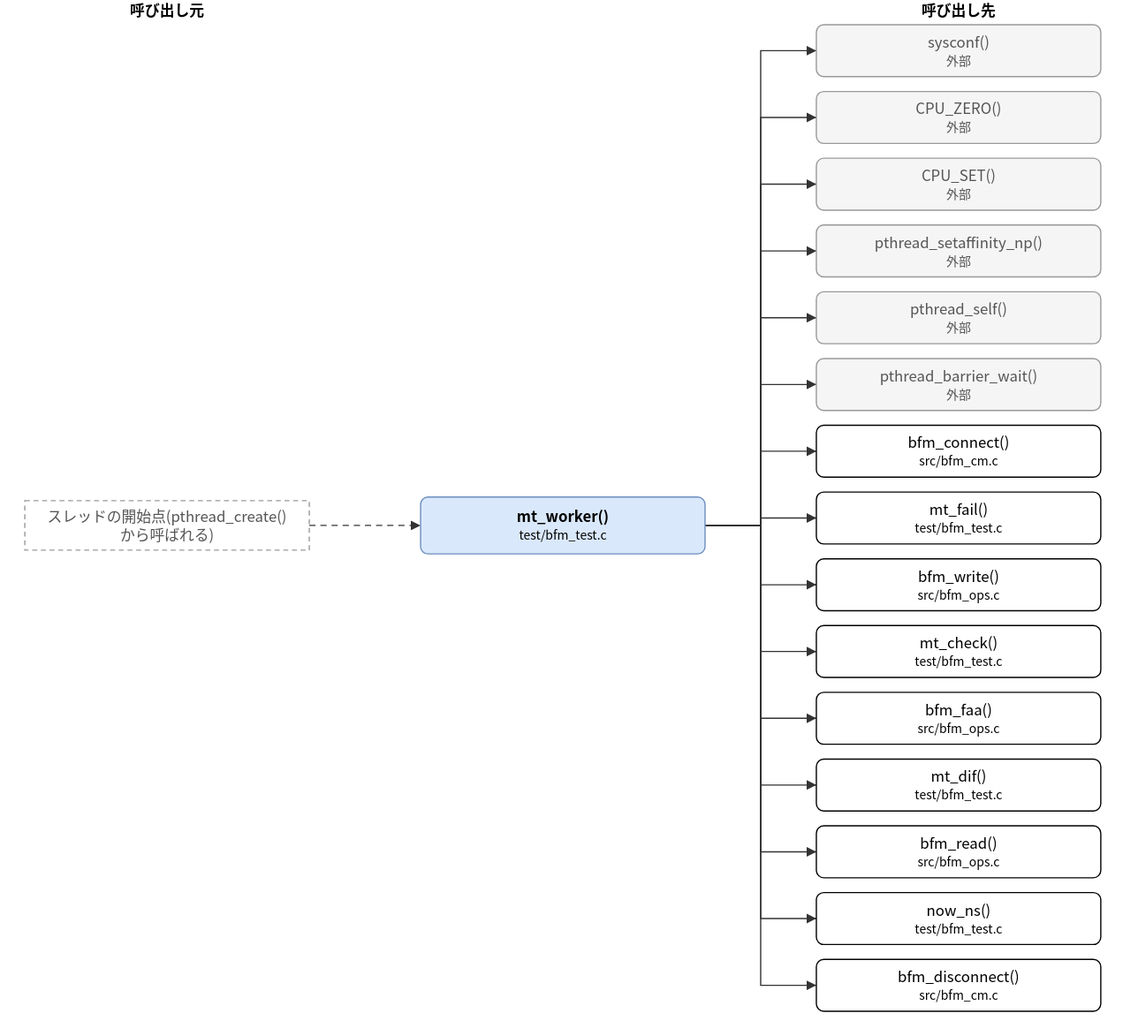
hf355051012-ai/bfmem keeps this draw.io diagram as doc/spec/images/call_test_bfm_test-mt_worker.drawio.svg. Above is the earlier version. Source tidied: cells renumbered, new cells last; positions are measured from the earlier drawing's top-left corner, leaving out a move shared by most shapes. Source of this version:
```xml
<mxGraphModel>
  <root>
    <mxCell id="0" />
    <mxCell id="1" parent="0" />
    <mxCell id="2" value="mt_worker()&lt;br&gt;&lt;font style=&quot;font-size:10px&quot;&gt;test/bfm_test.c&lt;/font&gt;" style="rounded=1;whiteSpace=wrap;html=1;fillColor=#dae8fc;strokeColor=#6c8ebf;fontStyle=1;" parent="1" vertex="1">
      <mxGeometry x="320" y="402" width="230" height="46" as="geometry" />
    </mxCell>
    <mxCell id="3" value="sysconf()&lt;br&gt;&lt;font style=&quot;font-size:10px&quot;&gt;外部&lt;/font&gt;" style="rounded=1;whiteSpace=wrap;html=1;fillColor=#f5f5f5;strokeColor=#999999;fontColor=#555555;" parent="1" vertex="1">
      <mxGeometry x="640" y="20" width="230" height="42" as="geometry" />
    </mxCell>
    <mxCell id="4" value="CPU_ZERO()&lt;br&gt;&lt;font style=&quot;font-size:10px&quot;&gt;外部&lt;/font&gt;" style="rounded=1;whiteSpace=wrap;html=1;fillColor=#f5f5f5;strokeColor=#999999;fontColor=#555555;" parent="1" vertex="1">
      <mxGeometry x="640" y="74" width="230" height="42" as="geometry" />
    </mxCell>
    <mxCell id="5" value="CPU_SET()&lt;br&gt;&lt;font style=&quot;font-size:10px&quot;&gt;外部&lt;/font&gt;" style="rounded=1;whiteSpace=wrap;html=1;fillColor=#f5f5f5;strokeColor=#999999;fontColor=#555555;" parent="1" vertex="1">
      <mxGeometry x="640" y="128" width="230" height="42" as="geometry" />
    </mxCell>
    <mxCell id="6" value="pthread_setaffinity_np()&lt;br&gt;&lt;font style=&quot;font-size:10px&quot;&gt;外部&lt;/font&gt;" style="rounded=1;whiteSpace=wrap;html=1;fillColor=#f5f5f5;strokeColor=#999999;fontColor=#555555;" parent="1" vertex="1">
      <mxGeometry x="640" y="182" width="230" height="42" as="geometry" />
    </mxCell>
    <mxCell id="7" value="pthread_self()&lt;br&gt;&lt;font style=&quot;font-size:10px&quot;&gt;外部&lt;/font&gt;" style="rounded=1;whiteSpace=wrap;html=1;fillColor=#f5f5f5;strokeColor=#999999;fontColor=#555555;" parent="1" vertex="1">
      <mxGeometry x="640" y="236" width="230" height="42" as="geometry" />
    </mxCell>
    <mxCell id="8" value="pthread_barrier_wait()&lt;br&gt;&lt;font style=&quot;font-size:10px&quot;&gt;外部&lt;/font&gt;" style="rounded=1;whiteSpace=wrap;html=1;fillColor=#f5f5f5;strokeColor=#999999;fontColor=#555555;" parent="1" vertex="1">
      <mxGeometry x="640" y="290" width="230" height="42" as="geometry" />
    </mxCell>
    <mxCell id="9" value="bfm_connect()&lt;br&gt;&lt;font style=&quot;font-size:10px&quot;&gt;src/bfm_cm.c&lt;/font&gt;" style="rounded=1;whiteSpace=wrap;html=1;" parent="1" vertex="1">
      <mxGeometry x="640" y="344" width="230" height="42" as="geometry" />
    </mxCell>
    <mxCell id="10" value="mt_fail()&lt;br&gt;&lt;font style=&quot;font-size:10px&quot;&gt;test/bfm_test.c&lt;/font&gt;" style="rounded=1;whiteSpace=wrap;html=1;" parent="1" vertex="1">
      <mxGeometry x="640" y="398" width="230" height="42" as="geometry" />
    </mxCell>
    <mxCell id="11" value="bfm_write()&lt;br&gt;&lt;font style=&quot;font-size:10px&quot;&gt;src/bfm_ops.c&lt;/font&gt;" style="rounded=1;whiteSpace=wrap;html=1;" parent="1" vertex="1">
      <mxGeometry x="640" y="452" width="230" height="42" as="geometry" />
    </mxCell>
    <mxCell id="12" value="mt_check()&lt;br&gt;&lt;font style=&quot;font-size:10px&quot;&gt;test/bfm_test.c&lt;/font&gt;" style="rounded=1;whiteSpace=wrap;html=1;" parent="1" vertex="1">
      <mxGeometry x="640" y="506" width="230" height="42" as="geometry" />
    </mxCell>
    <mxCell id="13" value="bfm_faa()&lt;br&gt;&lt;font style=&quot;font-size:10px&quot;&gt;src/bfm_ops.c&lt;/font&gt;" style="rounded=1;whiteSpace=wrap;html=1;" parent="1" vertex="1">
      <mxGeometry x="640" y="560" width="230" height="42" as="geometry" />
    </mxCell>
    <mxCell id="14" value="mt_dif()&lt;br&gt;&lt;font style=&quot;font-size:10px&quot;&gt;test/bfm_test.c&lt;/font&gt;" style="rounded=1;whiteSpace=wrap;html=1;" parent="1" vertex="1">
      <mxGeometry x="640" y="614" width="230" height="42" as="geometry" />
    </mxCell>
    <mxCell id="15" value="bfm_read()&lt;br&gt;&lt;font style=&quot;font-size:10px&quot;&gt;src/bfm_ops.c&lt;/font&gt;" style="rounded=1;whiteSpace=wrap;html=1;" parent="1" vertex="1">
      <mxGeometry x="640" y="668" width="230" height="42" as="geometry" />
    </mxCell>
    <mxCell id="16" value="now_ns()&lt;br&gt;&lt;font style=&quot;font-size:10px&quot;&gt;test/bfm_test.c&lt;/font&gt;" style="rounded=1;whiteSpace=wrap;html=1;" parent="1" vertex="1">
      <mxGeometry x="640" y="722" width="230" height="42" as="geometry" />
    </mxCell>
    <mxCell id="17" value="bfm_disconnect()&lt;br&gt;&lt;font style=&quot;font-size:10px&quot;&gt;src/bfm_cm.c&lt;/font&gt;" style="rounded=1;whiteSpace=wrap;html=1;" parent="1" vertex="1">
      <mxGeometry x="640" y="776" width="230" height="42" as="geometry" />
    </mxCell>
    <mxCell id="18" value="スレッドの開始点(pthread_create()&lt;br&gt;から呼ばれる)" style="rounded=0;whiteSpace=wrap;html=1;dashed=1;strokeColor=#999999;fontColor=#555555;dashed=1;" parent="1" vertex="1">
      <mxGeometry y="405" width="230" height="40" as="geometry" />
    </mxCell>
    <mxCell id="19" style="edgeStyle=none;html=1;rounded=0;endArrow=block;endFill=1;exitX=1.0000;exitY=0.5000;exitDx=0;exitDy=0;exitPerimeter=0;entryX=0.0000;entryY=0.5000;entryDx=0;entryDy=0;entryPerimeter=0;" parent="1" edge="1" source="2" target="3">
      <mxGeometry relative="1" as="geometry">
        <Array as="points">
          <mxPoint x="595" y="425" />
          <mxPoint x="595" y="41" />
        </Array>
      </mxGeometry>
    </mxCell>
    <mxCell id="20" style="edgeStyle=none;html=1;rounded=0;endArrow=block;endFill=1;exitX=1.0000;exitY=0.5000;exitDx=0;exitDy=0;exitPerimeter=0;entryX=0.0000;entryY=0.5000;entryDx=0;entryDy=0;entryPerimeter=0;" parent="1" edge="1" source="2" target="4">
      <mxGeometry relative="1" as="geometry">
        <Array as="points">
          <mxPoint x="595" y="425" />
          <mxPoint x="595" y="95" />
        </Array>
      </mxGeometry>
    </mxCell>
    <mxCell id="21" style="edgeStyle=none;html=1;rounded=0;endArrow=block;endFill=1;exitX=1.0000;exitY=0.5000;exitDx=0;exitDy=0;exitPerimeter=0;entryX=0.0000;entryY=0.5000;entryDx=0;entryDy=0;entryPerimeter=0;" parent="1" edge="1" source="2" target="5">
      <mxGeometry relative="1" as="geometry">
        <Array as="points">
          <mxPoint x="595" y="425" />
          <mxPoint x="595" y="149" />
        </Array>
      </mxGeometry>
    </mxCell>
    <mxCell id="22" style="edgeStyle=none;html=1;rounded=0;endArrow=block;endFill=1;exitX=1.0000;exitY=0.5000;exitDx=0;exitDy=0;exitPerimeter=0;entryX=0.0000;entryY=0.5000;entryDx=0;entryDy=0;entryPerimeter=0;" parent="1" edge="1" source="2" target="6">
      <mxGeometry relative="1" as="geometry">
        <Array as="points">
          <mxPoint x="595" y="425" />
          <mxPoint x="595" y="203" />
        </Array>
      </mxGeometry>
    </mxCell>
    <mxCell id="23" style="edgeStyle=none;html=1;rounded=0;endArrow=block;endFill=1;exitX=1.0000;exitY=0.5000;exitDx=0;exitDy=0;exitPerimeter=0;entryX=0.0000;entryY=0.5000;entryDx=0;entryDy=0;entryPerimeter=0;" parent="1" edge="1" source="2" target="7">
      <mxGeometry relative="1" as="geometry">
        <Array as="points">
          <mxPoint x="595" y="425" />
          <mxPoint x="595" y="257" />
        </Array>
      </mxGeometry>
    </mxCell>
    <mxCell id="24" style="edgeStyle=none;html=1;rounded=0;endArrow=block;endFill=1;exitX=1.0000;exitY=0.5000;exitDx=0;exitDy=0;exitPerimeter=0;entryX=0.0000;entryY=0.5000;entryDx=0;entryDy=0;entryPerimeter=0;" parent="1" edge="1" source="2" target="8">
      <mxGeometry relative="1" as="geometry">
        <Array as="points">
          <mxPoint x="595" y="425" />
          <mxPoint x="595" y="311" />
        </Array>
      </mxGeometry>
    </mxCell>
    <mxCell id="25" style="edgeStyle=none;html=1;rounded=0;endArrow=block;endFill=1;exitX=1.0000;exitY=0.5000;exitDx=0;exitDy=0;exitPerimeter=0;entryX=0.0000;entryY=0.5000;entryDx=0;entryDy=0;entryPerimeter=0;" parent="1" edge="1" source="2" target="9">
      <mxGeometry relative="1" as="geometry">
        <Array as="points">
          <mxPoint x="595" y="425" />
          <mxPoint x="595" y="365" />
        </Array>
      </mxGeometry>
    </mxCell>
    <mxCell id="26" style="edgeStyle=none;html=1;rounded=0;endArrow=block;endFill=1;exitX=1.0000;exitY=0.5000;exitDx=0;exitDy=0;exitPerimeter=0;entryX=0.0000;entryY=0.5000;entryDx=0;entryDy=0;entryPerimeter=0;" parent="1" edge="1" source="2" target="10">
      <mxGeometry relative="1" as="geometry">
        <Array as="points">
          <mxPoint x="595" y="425" />
          <mxPoint x="595" y="419" />
        </Array>
      </mxGeometry>
    </mxCell>
    <mxCell id="27" style="edgeStyle=none;html=1;rounded=0;endArrow=block;endFill=1;exitX=1.0000;exitY=0.5000;exitDx=0;exitDy=0;exitPerimeter=0;entryX=0.0000;entryY=0.5000;entryDx=0;entryDy=0;entryPerimeter=0;" parent="1" edge="1" source="2" target="11">
      <mxGeometry relative="1" as="geometry">
        <Array as="points">
          <mxPoint x="595" y="425" />
          <mxPoint x="595" y="473" />
        </Array>
      </mxGeometry>
    </mxCell>
    <mxCell id="28" style="edgeStyle=none;html=1;rounded=0;endArrow=block;endFill=1;exitX=1.0000;exitY=0.5000;exitDx=0;exitDy=0;exitPerimeter=0;entryX=0.0000;entryY=0.5000;entryDx=0;entryDy=0;entryPerimeter=0;" parent="1" edge="1" source="2" target="12">
      <mxGeometry relative="1" as="geometry">
        <Array as="points">
          <mxPoint x="595" y="425" />
          <mxPoint x="595" y="527" />
        </Array>
      </mxGeometry>
    </mxCell>
    <mxCell id="29" style="edgeStyle=none;html=1;rounded=0;endArrow=block;endFill=1;exitX=1.0000;exitY=0.5000;exitDx=0;exitDy=0;exitPerimeter=0;entryX=0.0000;entryY=0.5000;entryDx=0;entryDy=0;entryPerimeter=0;" parent="1" edge="1" source="2" target="13">
      <mxGeometry relative="1" as="geometry">
        <Array as="points">
          <mxPoint x="595" y="425" />
          <mxPoint x="595" y="581" />
        </Array>
      </mxGeometry>
    </mxCell>
    <mxCell id="30" style="edgeStyle=none;html=1;rounded=0;endArrow=block;endFill=1;exitX=1.0000;exitY=0.5000;exitDx=0;exitDy=0;exitPerimeter=0;entryX=0.0000;entryY=0.5000;entryDx=0;entryDy=0;entryPerimeter=0;" parent="1" edge="1" source="2" target="14">
      <mxGeometry relative="1" as="geometry">
        <Array as="points">
          <mxPoint x="595" y="425" />
          <mxPoint x="595" y="635" />
        </Array>
      </mxGeometry>
    </mxCell>
    <mxCell id="31" style="edgeStyle=none;html=1;rounded=0;endArrow=block;endFill=1;exitX=1.0000;exitY=0.5000;exitDx=0;exitDy=0;exitPerimeter=0;entryX=0.0000;entryY=0.5000;entryDx=0;entryDy=0;entryPerimeter=0;" parent="1" edge="1" source="2" target="15">
      <mxGeometry relative="1" as="geometry">
        <Array as="points">
          <mxPoint x="595" y="425" />
          <mxPoint x="595" y="689" />
        </Array>
      </mxGeometry>
    </mxCell>
    <mxCell id="32" style="edgeStyle=none;html=1;rounded=0;endArrow=block;endFill=1;exitX=1.0000;exitY=0.5000;exitDx=0;exitDy=0;exitPerimeter=0;entryX=0.0000;entryY=0.5000;entryDx=0;entryDy=0;entryPerimeter=0;" parent="1" edge="1" source="2" target="16">
      <mxGeometry relative="1" as="geometry">
        <Array as="points">
          <mxPoint x="595" y="425" />
          <mxPoint x="595" y="743" />
        </Array>
      </mxGeometry>
    </mxCell>
    <mxCell id="33" style="edgeStyle=none;html=1;rounded=0;endArrow=block;endFill=1;exitX=1.0000;exitY=0.5000;exitDx=0;exitDy=0;exitPerimeter=0;entryX=0.0000;entryY=0.5000;entryDx=0;entryDy=0;entryPerimeter=0;" parent="1" edge="1" source="2" target="17">
      <mxGeometry relative="1" as="geometry">
        <Array as="points">
          <mxPoint x="595" y="425" />
          <mxPoint x="595" y="797" />
        </Array>
      </mxGeometry>
    </mxCell>
    <mxCell id="34" style="edgeStyle=none;html=1;rounded=0;endArrow=block;endFill=1;exitX=1.0000;exitY=0.5000;exitDx=0;exitDy=0;exitPerimeter=0;entryX=0.0000;entryY=0.5000;entryDx=0;entryDy=0;entryPerimeter=0;dashed=1;" parent="1" edge="1" source="18" target="2">
      <mxGeometry relative="1" as="geometry" />
    </mxCell>
    <mxCell id="35" value="呼び出し元" style="text;html=1;align=center;fontStyle=1;" parent="1" vertex="1">
      <mxGeometry x="35" width="160" height="18" as="geometry" />
    </mxCell>
    <mxCell id="36" value="呼び出し先" style="text;html=1;align=center;fontStyle=1;" parent="1" vertex="1">
      <mxGeometry x="675" width="160" height="18" as="geometry" />
    </mxCell>
  </root>
</mxGraphModel>
```
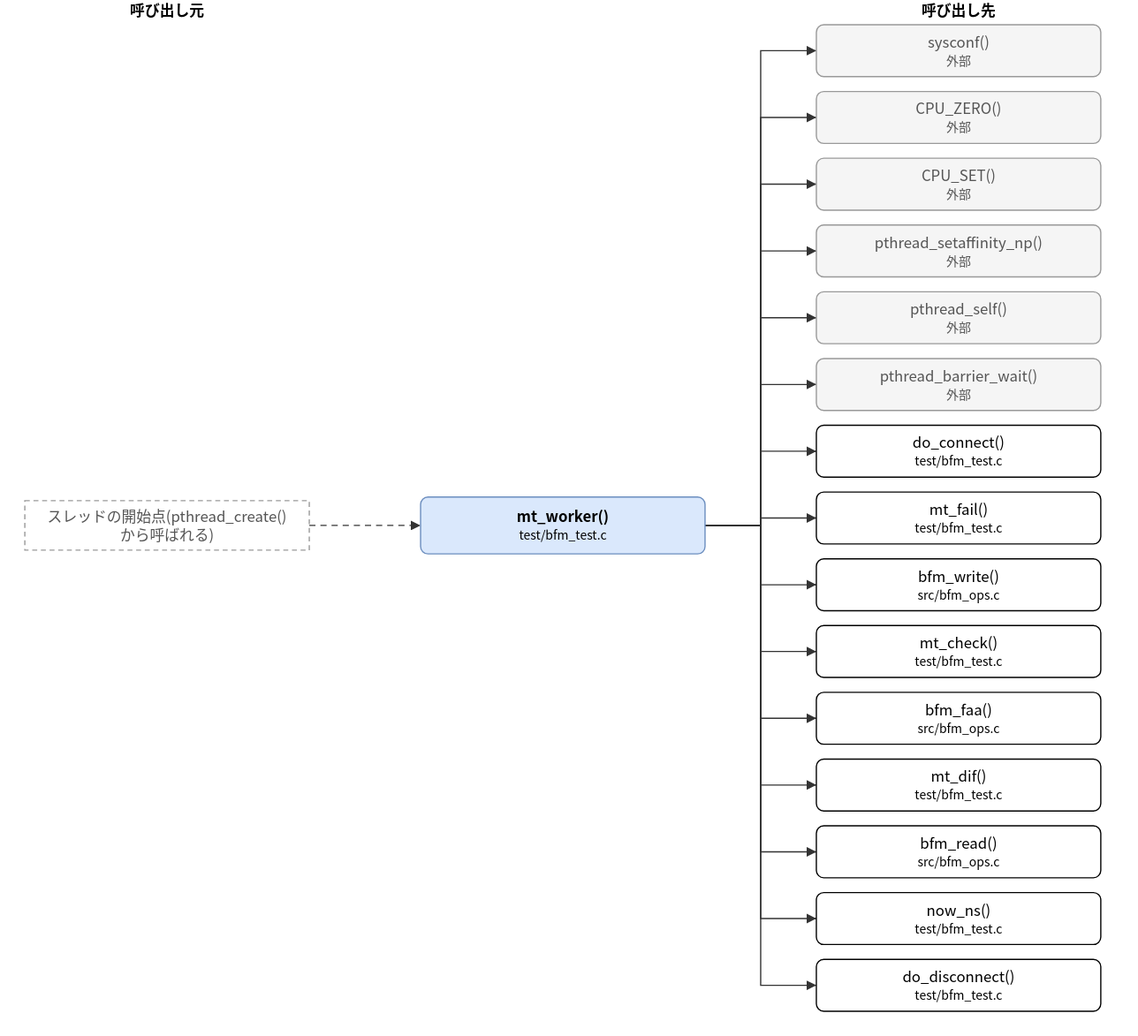
After the commit.

Change to the diagram source:
```diff
@@ -23,7 +23,7 @@
     <mxCell id="8" value="pthread_barrier_wait()&lt;br&gt;&lt;font style=&quot;font-size:10px&quot;&gt;外部&lt;/font&gt;" style="rounded=1;whiteSpace=wrap;html=1;fillColor=#f5f5f5;strokeColor=#999999;fontColor=#555555;" parent="1" vertex="1">
       <mxGeometry x="640" y="290" width="230" height="42" as="geometry" />
     </mxCell>
-    <mxCell id="9" value="bfm_connect()&lt;br&gt;&lt;font style=&quot;font-size:10px&quot;&gt;src/bfm_cm.c&lt;/font&gt;" style="rounded=1;whiteSpace=wrap;html=1;" parent="1" vertex="1">
+    <mxCell id="9" value="do_connect()&lt;br&gt;&lt;font style=&quot;font-size:10px&quot;&gt;test/bfm_test.c&lt;/font&gt;" style="rounded=1;whiteSpace=wrap;html=1;" parent="1" vertex="1">
       <mxGeometry x="640" y="344" width="230" height="42" as="geometry" />
     </mxCell>
     <mxCell id="10" value="mt_fail()&lt;br&gt;&lt;font style=&quot;font-size:10px&quot;&gt;test/bfm_test.c&lt;/font&gt;" style="rounded=1;whiteSpace=wrap;html=1;" parent="1" vertex="1">
@@ -47,7 +47,7 @@
     <mxCell id="16" value="now_ns()&lt;br&gt;&lt;font style=&quot;font-size:10px&quot;&gt;test/bfm_test.c&lt;/font&gt;" style="rounded=1;whiteSpace=wrap;html=1;" parent="1" vertex="1">
       <mxGeometry x="640" y="722" width="230" height="42" as="geometry" />
     </mxCell>
-    <mxCell id="17" value="bfm_disconnect()&lt;br&gt;&lt;font style=&quot;font-size:10px&quot;&gt;src/bfm_cm.c&lt;/font&gt;" style="rounded=1;whiteSpace=wrap;html=1;" parent="1" vertex="1">
+    <mxCell id="17" value="do_disconnect()&lt;br&gt;&lt;font style=&quot;font-size:10px&quot;&gt;test/bfm_test.c&lt;/font&gt;" style="rounded=1;whiteSpace=wrap;html=1;" parent="1" vertex="1">
       <mxGeometry x="640" y="776" width="230" height="42" as="geometry" />
     </mxCell>
     <mxCell id="18" value="スレッドの開始点(pthread_create()&lt;br&gt;から呼ばれる)" style="rounded=0;whiteSpace=wrap;html=1;dashed=1;strokeColor=#999999;fontColor=#555555;dashed=1;" parent="1" vertex="1">
```
